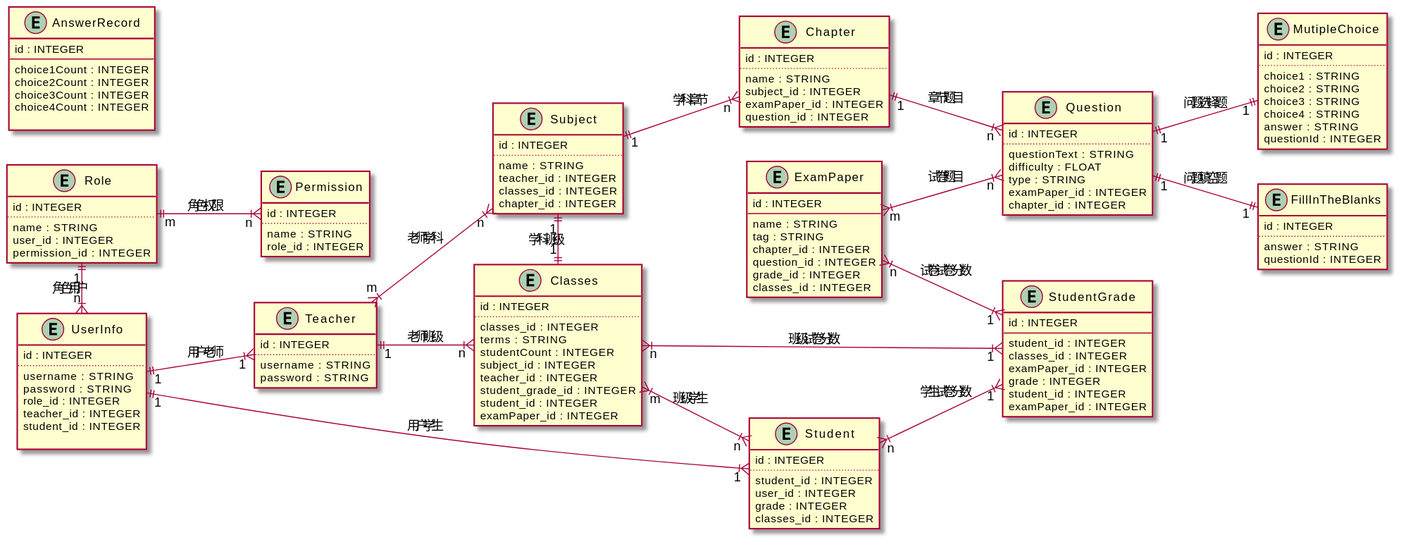
The PlantUML diagram ER/pic/Models.svg in Chandler-Bang/QR_Class, before a commit.
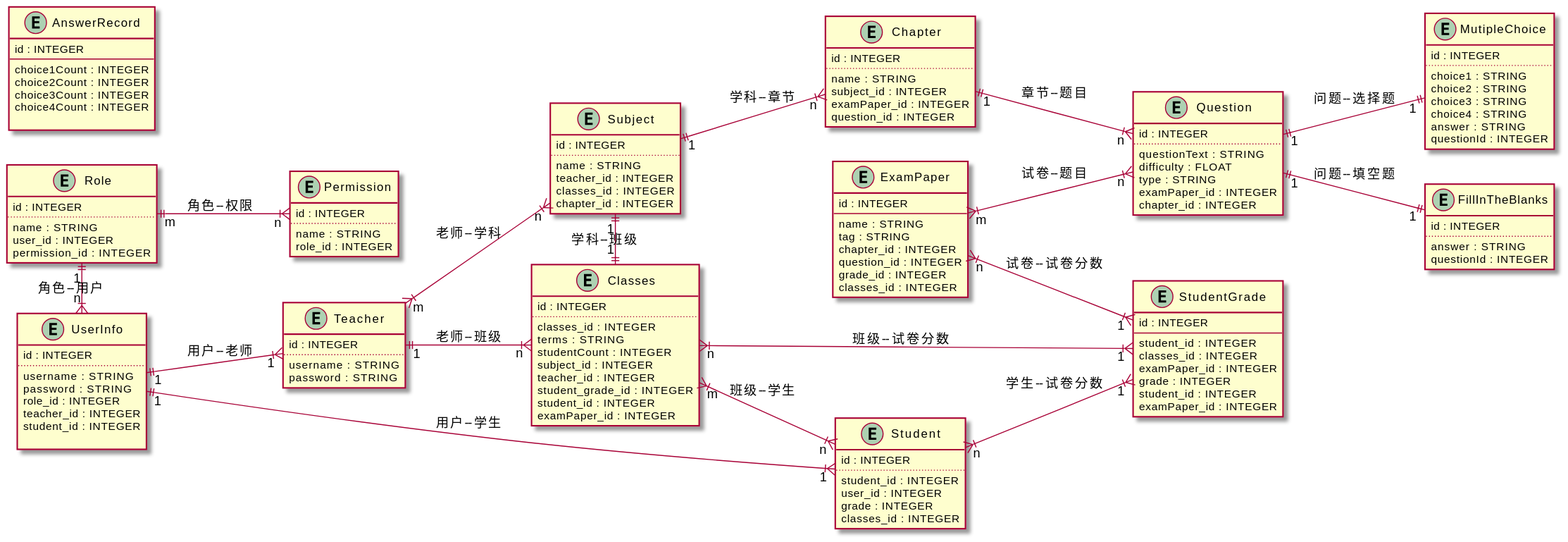
Later version of the same file.

Change to the diagram source:
```diff
@@ -144,20 +144,20 @@
 }
 
 
-Role "m" ||--|{ "n" Permission: 角色-权限
-Role "1" ||-|{ "n" UserInfo: 角色-用户
-UserInfo "1" ||--|{ "1" Teacher: 用户-老师
-UserInfo "1" ||-|{ "1" Student: 用户-学生
-Teacher "1" ||-|{ "n" Classes: 老师-班级
-Classes "m" }|--|{ "n" Student: 班级-学生
-Student "n" }|--|{ "1" StudentGrade: 学生-试卷分数
-Classes "n" }|--|{ "1" StudentGrade: 班级-试卷分数
-ExamPaper "n" }|--|{ "1" StudentGrade: 试卷-试卷分数
-Teacher "m" }|--|{ "n" Subject: 老师-学科
-Subject "1" ||--|{ "n" Chapter: 学科-章节
-Subject "1" ||-|| "1" Classes: 学科-班级
-Chapter "1" ||--|{ "n" Question: 章节-题目
-Question "1" ||--|| "1" MutipleChoice: 问题-选择题
-Question "1" ||--|| "1" FillInTheBlanks: 问题-填空题
-ExamPaper "m" }|--|{ "n" Question: 试卷-题目
+Role "m" ||--|{ "n" Permission: 角  色 -- 权  限
+Role "1" ||-|{ "n" UserInfo: 角  色 -- 用  户
+UserInfo "1" ||--|{ "1" Teacher: 用  户 -- 老  师
+UserInfo "1" ||-|{ "1" Student: 用  户 -- 学  生
+Teacher "1" ||-|{ "n" Classes: 老  师 -- 班  级
+Classes "m" }|--|{ "n" Student: 班  级 -- 学  生
+Student "n" }|--|{ "1" StudentGrade: 学  生 -- 试  卷  分  数
+Classes "n" }|--|{ "1" StudentGrade: 班  级 -- 试  卷  分  数
+ExamPaper "n" }|--|{ "1" StudentGrade: 试  卷 -- 试  卷  分  数
+Teacher "m" }|--|{ "n" Subject: 老  师 -- 学  科
+Subject "1" ||--|{ "n" Chapter: 学  科 -- 章  节
+Subject "1" ||-|| "1" Classes: 学  科 -- 班  级
+Chapter "1" ||--|{ "n" Question: 章  节 -- 题  目
+Question "1" ||--|| "1" MutipleChoice: 问  题 -- 选  择  题
+Question "1" ||--|| "1" FillInTheBlanks: 问  题 -- 填  空  题
+ExamPaper "m" }|--|{ "n" Question: 试  卷 -- 题  目
 @enduml
```
